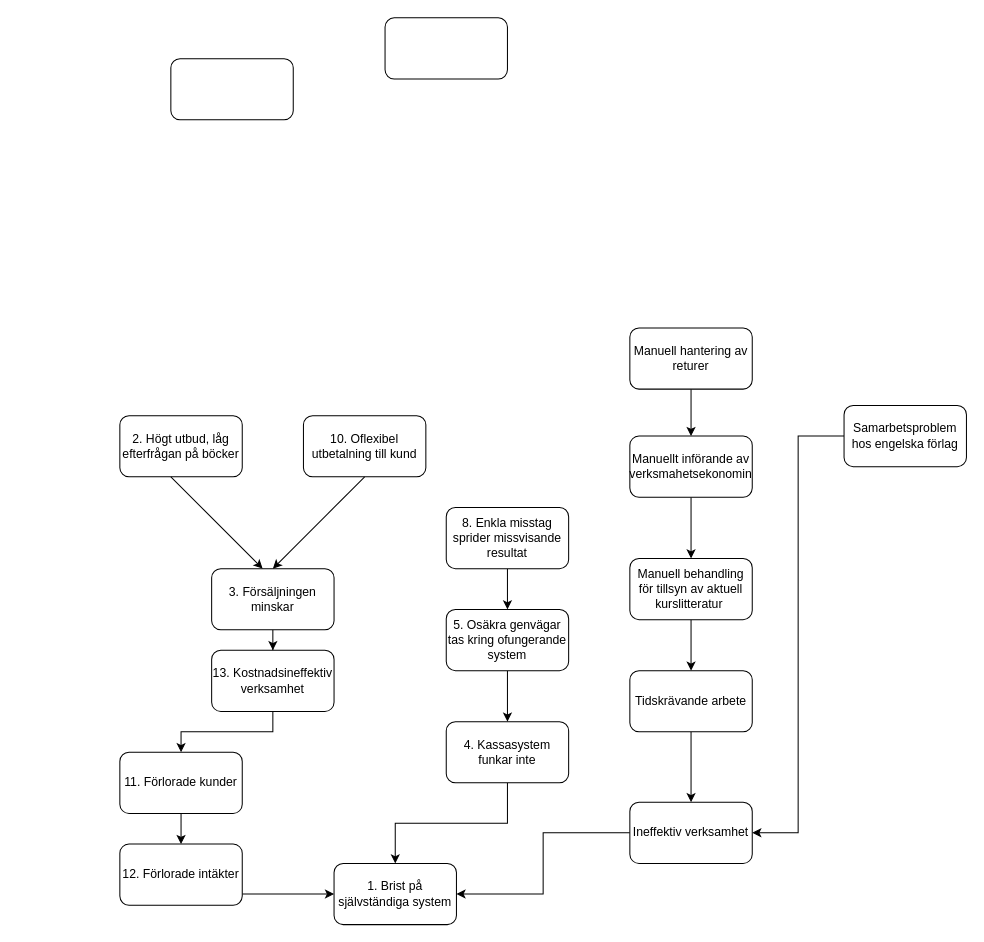
Before: Namnlöst diagram.drawio in madlo5/madlo5, a draw.io diagram. Source tidied: cells renumbered, new cells numbered last; positions are measured from the earlier drawing's top-left corner, leaving out a move shared by most shapes. Both pictures are drawn from the tidied source at 102%, with x=0, y=0 at pixel (119, 17).
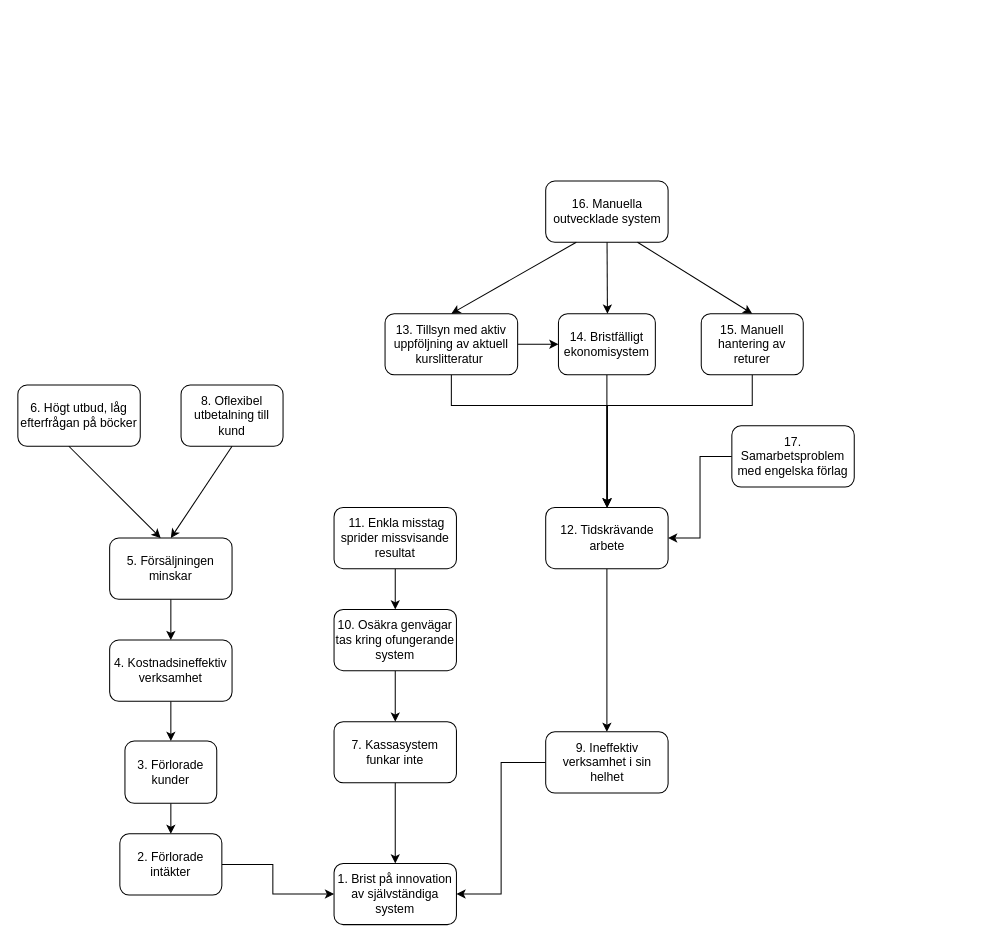
The same page after the edit.

What changed in the source:
```diff
@@
-    <mxCell id="2" style="rounded=1;whiteSpace=wrap;html=1;" parent="1" vertex="1">
-      <mxGeometry x="50" y="40" width="120" height="60" as="geometry" />
-    </mxCell>
-    <mxCell id="3" value="2. Högt utbud, låg efterfrågan på böcker" style="rounded=1;whiteSpace=wrap;html=1;" parent="1" vertex="1">
-      <mxGeometry y="390" width="120" height="60" as="geometry" />
+    <mxCell id="3" value="6. Högt utbud, låg efterfrågan på böcker" style="rounded=1;whiteSpace=wrap;html=1;" parent="1" vertex="1">
+      <mxGeometry x="-100" y="360" width="120" height="60" as="geometry" />
     </mxCell>
-    <mxCell id="4" value="1. Brist på självständiga system" style="rounded=1;whiteSpace=wrap;html=1;" parent="1" vertex="1">
+    <mxCell id="4" value="1. Brist på innovation av självständiga system" style="rounded=1;whiteSpace=wrap;html=1;" parent="1" vertex="1">
       <mxGeometry x="210" y="829" width="120" height="60" as="geometry" />
     </mxCell>
-    <mxCell id="5" style="rounded=1;whiteSpace=wrap;html=1;" parent="1" vertex="1">
-      <mxGeometry x="260" width="120" height="60" as="geometry" />
-    </mxCell>
@@
-    <mxCell id="7" value="3. Försäljningen minskar" style="rounded=1;whiteSpace=wrap;html=1;" parent="1" vertex="1">
-      <mxGeometry x="90" y="540" width="120" height="60" as="geometry" />
+    <mxCell id="7" value="5. Försäljningen minskar" style="rounded=1;whiteSpace=wrap;html=1;" parent="1" vertex="1">
+      <mxGeometry x="-10" y="510" width="120" height="60" as="geometry" />
     </mxCell>
@@
-    <mxCell id="9" value="11. Förlorade kunder" style="rounded=1;whiteSpace=wrap;html=1;" parent="1" vertex="1">
-      <mxGeometry y="720" width="120" height="60" as="geometry" />
+    <mxCell id="9" value="3. Förlorade kunder" style="rounded=1;whiteSpace=wrap;html=1;" parent="1" vertex="1">
+      <mxGeometry x="5" y="709" width="90" height="61" as="geometry" />
     </mxCell>
-    <mxCell id="10" style="edgeStyle=orthogonalEdgeStyle;rounded=0;jettySize=auto;html=1;entryX=0;entryY=0.5;entryDx=0;entryDy=0;" parent="1" edge="1" source="11" target="4">
+    <mxCell id="10" style="edgeStyle=orthogonalEdgeStyle;rounded=0;jettySize=auto;html=1;entryX=0;entryY=0.5;entryDx=0;entryDy=0;exitX=1;exitY=0.5;exitDx=0;exitDy=0;" parent="1" edge="1" source="11" target="4">
       <mxGeometry relative="1" as="geometry">
         <Array as="points">
-          <mxPoint x="150" y="859" />
+          <mxPoint x="150" y="830" />
           <mxPoint x="150" y="859" />
         </Array>
       </mxGeometry>
     </mxCell>
-    <mxCell id="11" value="12. Förlorade intäkter" style="rounded=1;whiteSpace=wrap;html=1;" parent="1" vertex="1">
-      <mxGeometry y="810" width="120" height="60" as="geometry" />
+    <mxCell id="11" value="2. Förlorade intäkter" style="rounded=1;whiteSpace=wrap;html=1;" parent="1" vertex="1">
+      <mxGeometry y="800" width="100" height="60" as="geometry" />
     </mxCell>
@@
-    <mxCell id="13" value="13. Kostnadsineffektiv verksamhet" style="rounded=1;whiteSpace=wrap;html=1;" parent="1" vertex="1">
-      <mxGeometry x="90" y="620" width="120" height="60" as="geometry" />
+    <mxCell id="13" value="4. Kostnadsineffektiv verksamhet" style="rounded=1;whiteSpace=wrap;html=1;" parent="1" vertex="1">
+      <mxGeometry x="-10" y="610" width="120" height="60" as="geometry" />
     </mxCell>
@@
-    <mxCell id="15" value="4. Kassasystem funkar inte" style="rounded=1;whiteSpace=wrap;html=1;" parent="1" vertex="1">
-      <mxGeometry x="320" y="690" width="120" height="60" as="geometry" />
+    <mxCell id="15" value="7. Kassasystem funkar inte" style="rounded=1;whiteSpace=wrap;html=1;" parent="1" vertex="1">
+      <mxGeometry x="210" y="690" width="120" height="60" as="geometry" />
     </mxCell>
@@
-    <mxCell id="17" value="5. Osäkra genvägar tas kring ofungerande system" style="rounded=1;whiteSpace=wrap;html=1;" parent="1" vertex="1">
-      <mxGeometry x="320" y="580" width="120" height="60" as="geometry" />
+    <mxCell id="17" value="10. Osäkra genvägar tas kring ofungerande system" style="rounded=1;whiteSpace=wrap;html=1;" parent="1" vertex="1">
+      <mxGeometry x="210" y="580" width="120" height="60" as="geometry" />
     </mxCell>
@@
-    <mxCell id="19" value="8. Enkla misstag sprider missvisande resultat" style="rounded=1;whiteSpace=wrap;html=1;" parent="1" vertex="1">
-      <mxGeometry x="320" y="480" width="120" height="60" as="geometry" />
+    <mxCell id="19" value="&amp;nbsp;11. Enkla misstag sprider missvisande resultat" style="rounded=1;whiteSpace=wrap;html=1;" parent="1" vertex="1">
+      <mxGeometry x="210" y="480" width="120" height="60" as="geometry" />
     </mxCell>
-    <mxCell id="20" value="10. Oflexibel utbetalning till kund" style="rounded=1;whiteSpace=wrap;html=1;" parent="1" vertex="1">
-      <mxGeometry x="180" y="390" width="120" height="60" as="geometry" />
+    <mxCell id="20" value="8. Oflexibel utbetalning till kund" style="rounded=1;whiteSpace=wrap;html=1;" parent="1" vertex="1">
+      <mxGeometry x="60" y="360" width="100" height="60" as="geometry" />
     </mxCell>
     <mxCell id="21" style="endArrow=classic;html=1;rounded=0;" parent="1" edge="1">
       <mxGeometry relative="1" as="geometry">
-        <mxPoint x="50" y="450" as="sourcePoint" />
-        <mxPoint x="140" y="540" as="targetPoint" />
+        <mxPoint x="-50" y="420" as="sourcePoint" />
+        <mxPoint x="40" y="510" as="targetPoint" />
         <Array as="points">
-          <mxPoint x="50" y="450" />
+          <mxPoint x="-50" y="420" />
         </Array>
       </mxGeometry>
     </mxCell>
-    <mxCell id="22" style="endArrow=classic;html=1;rounded=0;exitX=0.5;exitY=1;exitDx=0;exitDy=0;" parent="1" edge="1" source="20">
-      <mxGeometry relative="1" as="geometry">
-        <mxPoint x="150" y="540" as="targetPoint" />
-      </mxGeometry>
+    <mxCell id="22" style="endArrow=classic;html=1;rounded=0;exitX=0.5;exitY=1;exitDx=0;exitDy=0;entryX=0.5;entryY=0;entryDx=0;entryDy=0;" parent="1" edge="1" source="20" target="7">
+      <mxGeometry relative="1" as="geometry" />
     </mxCell>
-    <mxCell id="23" style="edgeStyle=orthogonalEdgeStyle;rounded=0;jettySize=auto;html=1;" parent="1" edge="1" source="24" target="28">
-      <mxGeometry relative="1" as="geometry" />
-    </mxCell>
+    <mxCell id="35" style="edgeStyle=orthogonalEdgeStyle;rounded=0;jettySize=auto;html=1;" parent="1" edge="1" source="24">
+      <mxGeometry relative="1" as="geometry">
+        <mxPoint x="478" y="480" as="targetPoint" />
+        <Array as="points">
+          <mxPoint x="325" y="380" />
+          <mxPoint x="478" y="380" />
+        </Array>
+      </mxGeometry>
+    </mxCell>
+    <mxCell id="36" style="edgeStyle=orthogonalEdgeStyle;rounded=0;jettySize=auto;html=1;" parent="1" edge="1" source="24" target="26">
+      <mxGeometry relative="1" as="geometry" />
+    </mxCell>
-    <mxCell id="24" value="Manuell behandling för tillsyn av aktuell kurslitteratur&amp;nbsp;" style="rounded=1;whiteSpace=wrap;html=1;" parent="1" vertex="1">
-      <mxGeometry x="500" y="530" width="120" height="60" as="geometry" />
+    <mxCell id="24" value="13. Tillsyn med aktiv uppföljning av aktuell kurslitteratur&amp;nbsp;" style="rounded=1;whiteSpace=wrap;html=1;" parent="1" vertex="1">
+      <mxGeometry x="260" y="290" width="130" height="60" as="geometry" />
     </mxCell>
-    <mxCell id="25" style="edgeStyle=orthogonalEdgeStyle;rounded=0;jettySize=auto;html=1;" parent="1" edge="1" source="26" target="24">
-      <mxGeometry relative="1" as="geometry" />
-    </mxCell>
+    <mxCell id="37" style="edgeStyle=orthogonalEdgeStyle;rounded=0;jettySize=auto;html=1;entryX=0.5;entryY=0;entryDx=0;entryDy=0;" parent="1" edge="1" source="26" target="28">
+      <mxGeometry relative="1" as="geometry" />
+    </mxCell>
-    <mxCell id="26" value="Manuellt införande av verksmahetsekonomin" style="rounded=1;whiteSpace=wrap;html=1;" parent="1" vertex="1">
-      <mxGeometry x="500" y="410" width="120" height="60" as="geometry" />
+    <mxCell id="26" value="14. Bristfälligt ekonomisystem" style="rounded=1;whiteSpace=wrap;html=1;" parent="1" vertex="1">
+      <mxGeometry x="430" y="290" width="95" height="60" as="geometry" />
     </mxCell>
@@
-    <mxCell id="28" value="Tidskrävande arbete" style="rounded=1;whiteSpace=wrap;html=1;" parent="1" vertex="1">
-      <mxGeometry x="500" y="640" width="120" height="60" as="geometry" />
+    <mxCell id="28" value="12. Tidskrävande arbete" style="rounded=1;whiteSpace=wrap;html=1;" parent="1" vertex="1">
+      <mxGeometry x="417.5" y="480" width="120" height="60" as="geometry" />
     </mxCell>
-    <mxCell id="29" style="edgeStyle=orthogonalEdgeStyle;rounded=0;jettySize=auto;html=1;" parent="1" edge="1" source="30" target="26">
-      <mxGeometry relative="1" as="geometry" />
-    </mxCell>
+    <mxCell id="38" style="edgeStyle=orthogonalEdgeStyle;rounded=0;jettySize=auto;html=1;entryX=0.5;entryY=0;entryDx=0;entryDy=0;" parent="1" edge="1" source="30" target="28">
+      <mxGeometry relative="1" as="geometry">
+        <Array as="points">
+          <mxPoint x="620" y="380" />
+          <mxPoint x="478" y="380" />
+        </Array>
+      </mxGeometry>
+    </mxCell>
-    <mxCell id="30" value="Manuell hantering av returer" style="rounded=1;whiteSpace=wrap;html=1;" parent="1" vertex="1">
-      <mxGeometry x="500" y="304" width="120" height="60" as="geometry" />
+    <mxCell id="30" value="15. Manuell hantering av returer" style="rounded=1;whiteSpace=wrap;html=1;" parent="1" vertex="1">
+      <mxGeometry x="570" y="290" width="100" height="60" as="geometry" />
     </mxCell>
-    <mxCell id="31" style="edgeStyle=orthogonalEdgeStyle;rounded=0;jettySize=auto;html=1;entryX=1;entryY=0.5;entryDx=0;entryDy=0;" parent="1" edge="1" source="32" target="34">
-      <mxGeometry relative="1" as="geometry" />
-    </mxCell>
+    <mxCell id="39" style="edgeStyle=orthogonalEdgeStyle;rounded=0;jettySize=auto;html=1;entryX=1;entryY=0.5;entryDx=0;entryDy=0;" parent="1" edge="1" source="32" target="28">
+      <mxGeometry relative="1" as="geometry" />
+    </mxCell>
-    <mxCell id="32" value="Samarbetsproblem hos engelska förlag" style="rounded=1;whiteSpace=wrap;html=1;" parent="1" vertex="1">
-      <mxGeometry x="710" y="380" width="120" height="60" as="geometry" />
+    <mxCell id="32" value="17. Samarbetsproblem med engelska förlag" style="rounded=1;whiteSpace=wrap;html=1;" parent="1" vertex="1">
+      <mxGeometry x="600" y="400" width="120" height="60" as="geometry" />
     </mxCell>
@@
-    <mxCell id="34" value="Ineffektiv verksamhet" style="rounded=1;whiteSpace=wrap;html=1;" parent="1" vertex="1">
-      <mxGeometry x="500" y="769" width="120" height="60" as="geometry" />
+    <mxCell id="34" value="9. Ineffektiv verksamhet i sin helhet" style="rounded=1;whiteSpace=wrap;html=1;" parent="1" vertex="1">
+      <mxGeometry x="417.5" y="700" width="120" height="60" as="geometry" />
     </mxCell>
+    <mxCell id="40" value="16. Manuella outvecklade system" style="rounded=1;whiteSpace=wrap;html=1;" parent="1" vertex="1">
+      <mxGeometry x="417.5" y="160" width="120" height="60" as="geometry" />
+    </mxCell>
+    <mxCell id="41" style="endArrow=classic;html=1;rounded=0;entryX=0.5;entryY=0;entryDx=0;entryDy=0;exitX=0.25;exitY=1;exitDx=0;exitDy=0;" parent="1" edge="1" source="40" target="24">
+      <mxGeometry relative="1" as="geometry" />
+    </mxCell>
+    <mxCell id="42" style="endArrow=classic;html=1;rounded=0;" parent="1" edge="1" source="40">
+      <mxGeometry relative="1" as="geometry">
+        <mxPoint x="478" y="290" as="targetPoint" />
+      </mxGeometry>
+    </mxCell>
+    <mxCell id="43" style="endArrow=classic;html=1;rounded=0;exitX=0.75;exitY=1;exitDx=0;exitDy=0;entryX=0.5;entryY=0;entryDx=0;entryDy=0;" parent="1" edge="1" source="40" target="30">
+      <mxGeometry relative="1" as="geometry" />
+    </mxCell>
```
